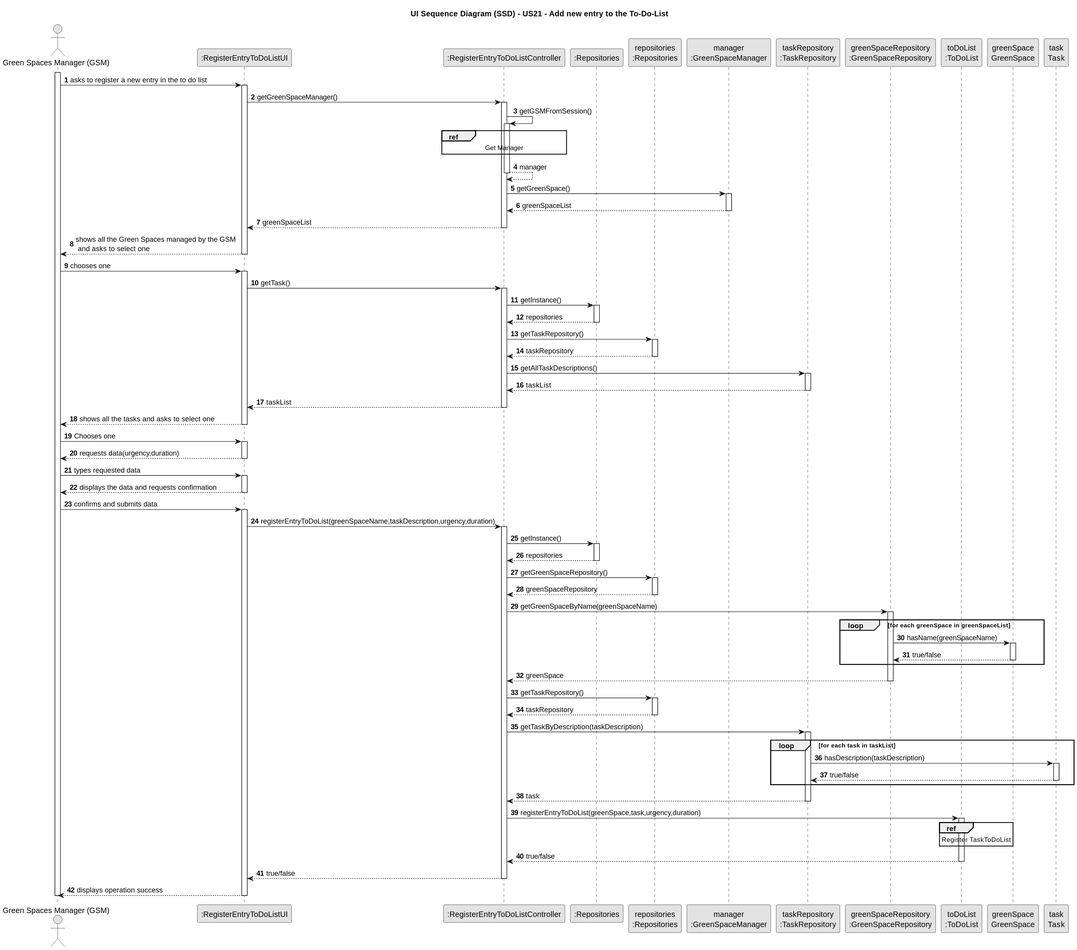
Earlier version of the PlantUML export docs/sprint3/us21/03.design/svg/us21-sequence-diagram.svg (Departamento-de-Engenharia-Informatica/lei-24-s2-1db-g022).
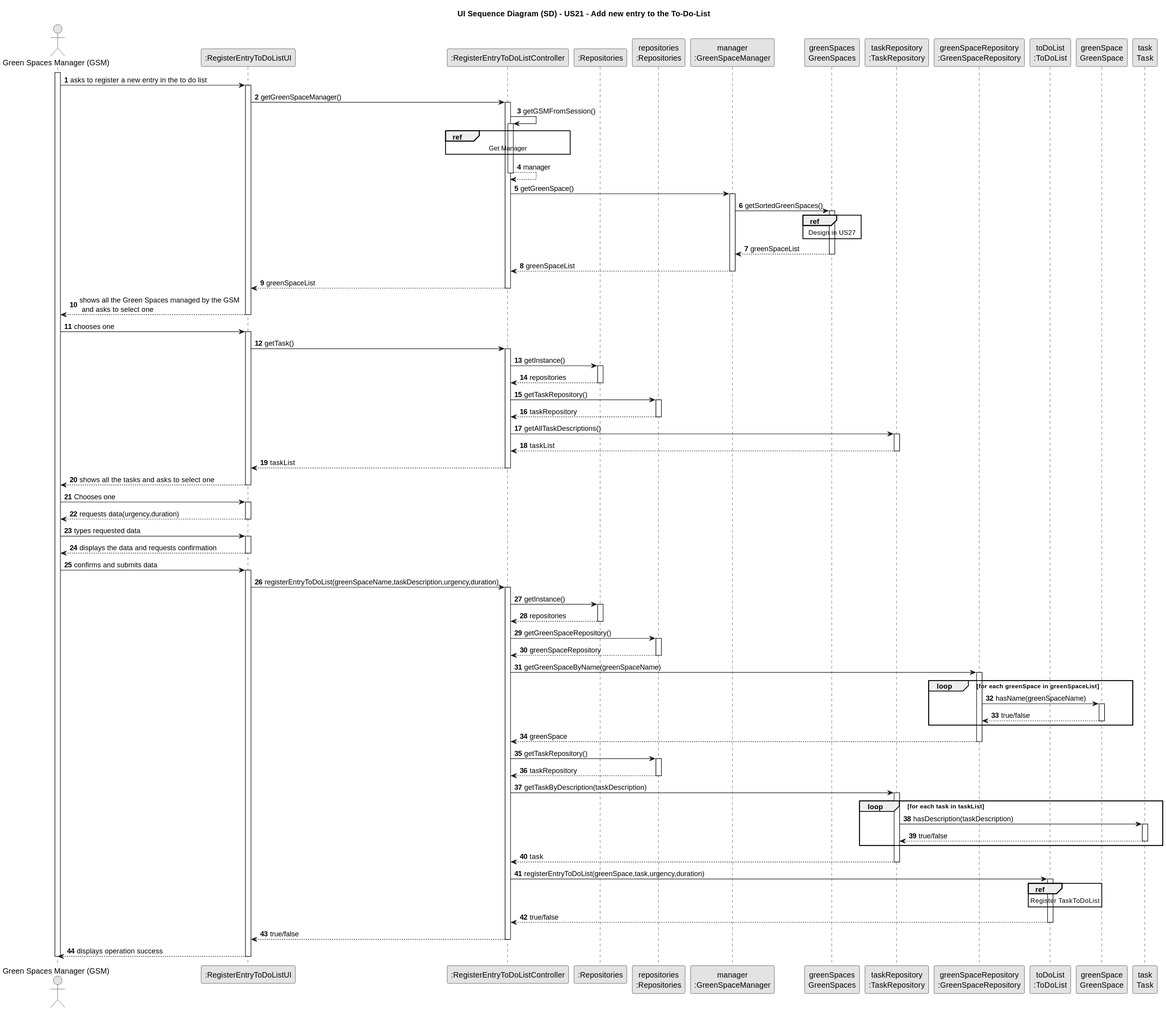
The same diagram one commit later.

The edit, as a diff of the source:
```diff
@@ -3,7 +3,7 @@
 skinparam packageStyle rectangle
 skinparam shadowing false
 
-title UI Sequence Diagram (SSD) - US21 - Add new entry to the To-Do-List
+title UI Sequence Diagram (SD) - US21 - Add new entry to the To-Do-List
 
 autonumber
 
@@ -13,12 +13,12 @@
 participant ":Repositories" as RepositorySingleton
 participant "repositories\n:Repositories" as PLAT
 participant "manager\n:GreenSpaceManager" as GSMO
+participant "greenSpaces\nGreenSpaces" as GREENSPACES
 participant "taskRepository\n:TaskRepository" as TR
 participant "greenSpaceRepository\n:GreenSpaceRepository" as GSR
 participant "toDoList\n:ToDoList" as TDL
 participant "greenSpace\nGreenSpace" as GREENSPACE
 participant "task\nTask" as TASK
-
 
 activate GSM
 
@@ -38,11 +38,21 @@
         CTRL --> CTRL : manager
     deactivate CTRL
 
-
         CTRL -> GSMO : getGreenSpace()
     activate GSMO
 
+        GSMO -> GREENSPACES : getSortedGreenSpaces()
+    activate GREENSPACES
+
+        ref over GREENSPACES
+            Design in US27
+        end ref
+
+        GREENSPACES --> GSMO : greenSpaceList
+    deactivate GREENSPACES
+
         GSMO --> CTRL : greenSpaceList
+
     deactivate GSMO
 
         CTRL --> UI : greenSpaceList
```
